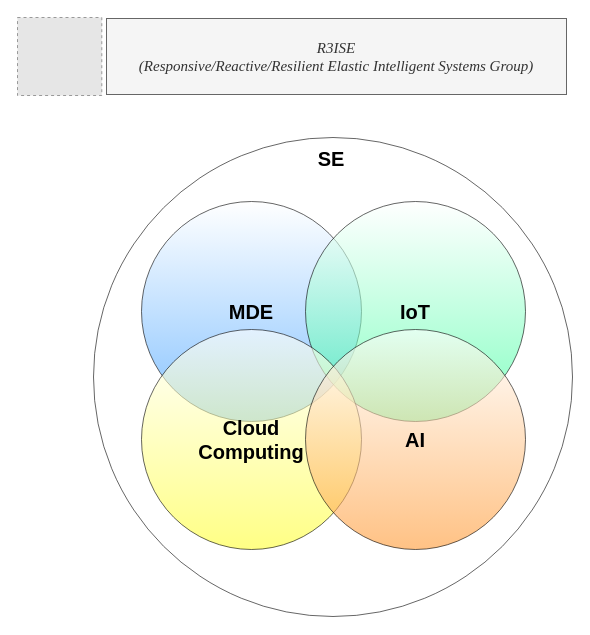
Above: page "Research Overview" (13 of 13) of WinWorkFlow.drawio in MajidGitHubRepos/AllDiagrams (draw.io), before the change. Source tidied: cells renumbered, new cells numbered last; positions are measured from the earlier drawing's top-left corner, leaving out a move shared by most shapes. Both pictures are drawn from the tidied source at 100%, with x=0, y=0 at pixel (17, 17). Pictures stored in the file or linked from it are replaced by grey dashed boxes.
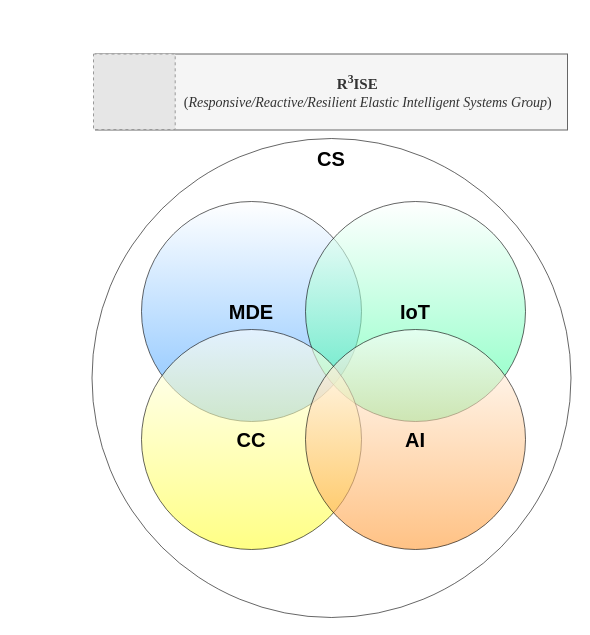
The same page after the edit.

Change to the diagram source:
```diff
@@
 <mxGraphModel>
   <root>
     <mxCell id="0" />
     <mxCell id="1" parent="0" />
     <mxCell id="2" value="&lt;font style=&quot;font-size: 20px;&quot;&gt;&lt;b&gt;MDE&lt;/b&gt;&lt;/font&gt;" style="ellipse;whiteSpace=wrap;html=1;gradientColor=#3399FF;labelBackgroundColor=none;opacity=60;" parent="1" vertex="1">
       <mxGeometry x="124" y="184" width="220" height="220" as="geometry" />
     </mxCell>
     <mxCell id="3" value="&lt;b&gt;&lt;font style=&quot;font-size: 20px;&quot;&gt;IoT&lt;/font&gt;&lt;/b&gt;" style="ellipse;whiteSpace=wrap;html=1;gradientColor=#33FF99;labelBackgroundColor=none;opacity=60;" parent="1" vertex="1">
       <mxGeometry x="288" y="184" width="220" height="220" as="geometry" />
     </mxCell>
-    <mxCell id="4" value="&lt;b&gt;&lt;font style=&quot;font-size: 20px;&quot;&gt;Cloud&lt;br&gt;Computing&lt;br&gt;&lt;/font&gt;&lt;/b&gt;" style="ellipse;whiteSpace=wrap;html=1;gradientColor=#FFFF33;labelBackgroundColor=none;opacity=60;" parent="1" vertex="1">
+    <mxCell id="4" value="&lt;b&gt;&lt;font style=&quot;font-size: 20px;&quot;&gt;CC&lt;br&gt;&lt;/font&gt;&lt;/b&gt;" style="ellipse;whiteSpace=wrap;html=1;gradientColor=#FFFF33;labelBackgroundColor=none;opacity=60;" parent="1" vertex="1">
       <mxGeometry x="124" y="312" width="220" height="220" as="geometry" />
     </mxCell>
     <mxCell id="5" value="&lt;b&gt;&lt;font style=&quot;font-size: 20px;&quot;&gt;AI&lt;br&gt;&lt;/font&gt;&lt;/b&gt;" style="ellipse;whiteSpace=wrap;html=1;gradientColor=#FF9933;labelBackgroundColor=none;opacity=60;" parent="1" vertex="1">
       <mxGeometry x="288" y="312" width="220" height="220" as="geometry" />
     </mxCell>
-    <mxCell id="6" value="&lt;i style=&quot;font-size: 15px;&quot;&gt;&lt;font style=&quot;font-size: 15px;&quot; face=&quot;Times New Roman&quot;&gt;&lt;span style=&quot;font-size: 15px;&quot;&gt;R&lt;/span&gt;&lt;span style=&quot;&quot;&gt;3&lt;/span&gt;&lt;span style=&quot;font-size: 15px;&quot;&gt;ISE&lt;/span&gt;&lt;br&gt;&lt;span style=&quot;font-size: 15px;&quot;&gt;(Responsive/Reactive/Resilient Elastic Intelligent Systems Group)&lt;/span&gt;&lt;/font&gt;&lt;/i&gt;" style="text;html=1;strokeColor=#666666;fillColor=#f5f5f5;align=center;verticalAlign=middle;whiteSpace=wrap;rounded=0;fontColor=#333333;" parent="1" vertex="1">
-      <mxGeometry x="89" y="1" width="460" height="76" as="geometry" />
-    </mxCell>
-    <mxCell id="7" style="fillColor=#E6E6E6;strokeColor=#999999;dashed=1;verticalLabelPosition=bottom;labelBackgroundColor=default;verticalAlign=top;" parent="1" vertex="1">
-      <mxGeometry width="84.3" height="78" as="geometry" />
-    </mxCell>
     <mxCell id="8" style="ellipse;whiteSpace=wrap;html=1;gradientColor=#3399FF;labelBackgroundColor=none;opacity=60;fillColor=none;" parent="1" vertex="1">
-      <mxGeometry x="76" y="120" width="479" height="479" as="geometry" />
+      <mxGeometry x="74.5" y="121" width="479" height="479" as="geometry" />
     </mxCell>
-    <mxCell id="9" value="&lt;b&gt;&lt;font style=&quot;font-size: 20px;&quot;&gt;SE&lt;/font&gt;&lt;/b&gt;" style="text;html=1;strokeColor=none;fillColor=none;align=center;verticalAlign=middle;whiteSpace=wrap;rounded=0;" parent="1" vertex="1">
+    <mxCell id="9" value="&lt;b&gt;&lt;font style=&quot;font-size: 20px;&quot;&gt;CS&lt;/font&gt;&lt;/b&gt;" style="text;html=1;strokeColor=none;fillColor=none;align=center;verticalAlign=middle;whiteSpace=wrap;rounded=0;" parent="1" vertex="1">
       <mxGeometry x="284" y="126" width="60" height="30" as="geometry" />
     </mxCell>
+    <mxCell id="10" value="&lt;span style=&quot;font-size: 14px;&quot;&gt;&lt;font style=&quot;font-size: 14px;&quot; face=&quot;Times New Roman&quot;&gt;&lt;span style=&quot;font-size: 15px;&quot;&gt;&amp;nbsp; &amp;nbsp; &amp;nbsp; &amp;nbsp; &amp;nbsp; &amp;nbsp; &amp;nbsp; &lt;b&gt;R&lt;/b&gt;&lt;/span&gt;&lt;b&gt;&lt;sup&gt;3&lt;/sup&gt;&lt;span style=&quot;font-size: 15px;&quot;&gt;ISE&lt;/span&gt;&lt;/b&gt;&lt;br&gt;&lt;span style=&quot;font-style: italic;&quot;&gt;&amp;nbsp; &amp;nbsp; &amp;nbsp; &amp;nbsp; &amp;nbsp; &amp;nbsp; &amp;nbsp; &amp;nbsp; &amp;nbsp; &amp;nbsp; &amp;nbsp;&lt;/span&gt;&lt;span style=&quot;&quot;&gt;(&lt;/span&gt;&lt;span style=&quot;font-style: italic;&quot;&gt;Responsive/Reactive/Resilient Elastic Intelligent Systems Group&lt;/span&gt;&lt;span style=&quot;&quot;&gt;)&lt;/span&gt;&lt;/font&gt;&lt;/span&gt;" style="text;html=1;strokeColor=#666666;fillColor=#f5f5f5;align=center;verticalAlign=middle;whiteSpace=wrap;rounded=0;fontColor=#333333;" parent="1" vertex="1">
+      <mxGeometry x="78" y="36.5" width="472" height="76" as="geometry" />
+    </mxCell>
+    <mxCell id="11" style="fillColor=#E6E6E6;strokeColor=#999999;dashed=1;verticalLabelPosition=bottom;labelBackgroundColor=default;verticalAlign=top;" parent="1" vertex="1">
+      <mxGeometry x="76" y="36.5" width="81.7" height="75.5" as="geometry" />
+    </mxCell>
   </root>
 </mxGraphModel>
```
